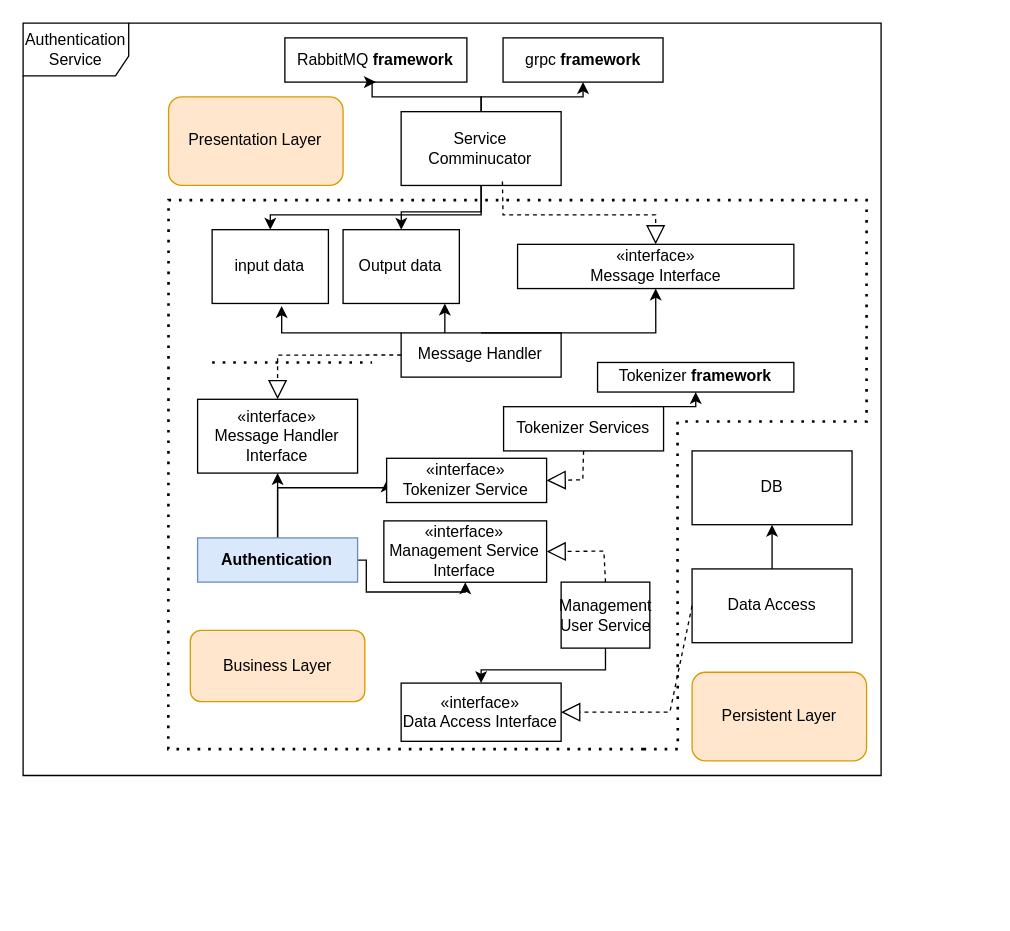
The draw.io diagram Project/diagram/Authentication-microservice/Authentication-Module View-Diragram.drawio in nima7997/application-architecture, before the edit. Source tidied: cells renumbered, new cells numbered last; positions are measured from the earlier drawing's top-left corner, leaving out a move shared by most shapes. Both pictures are drawn from the tidied source at 132%, with x=0, y=0 at pixel (22, 22).
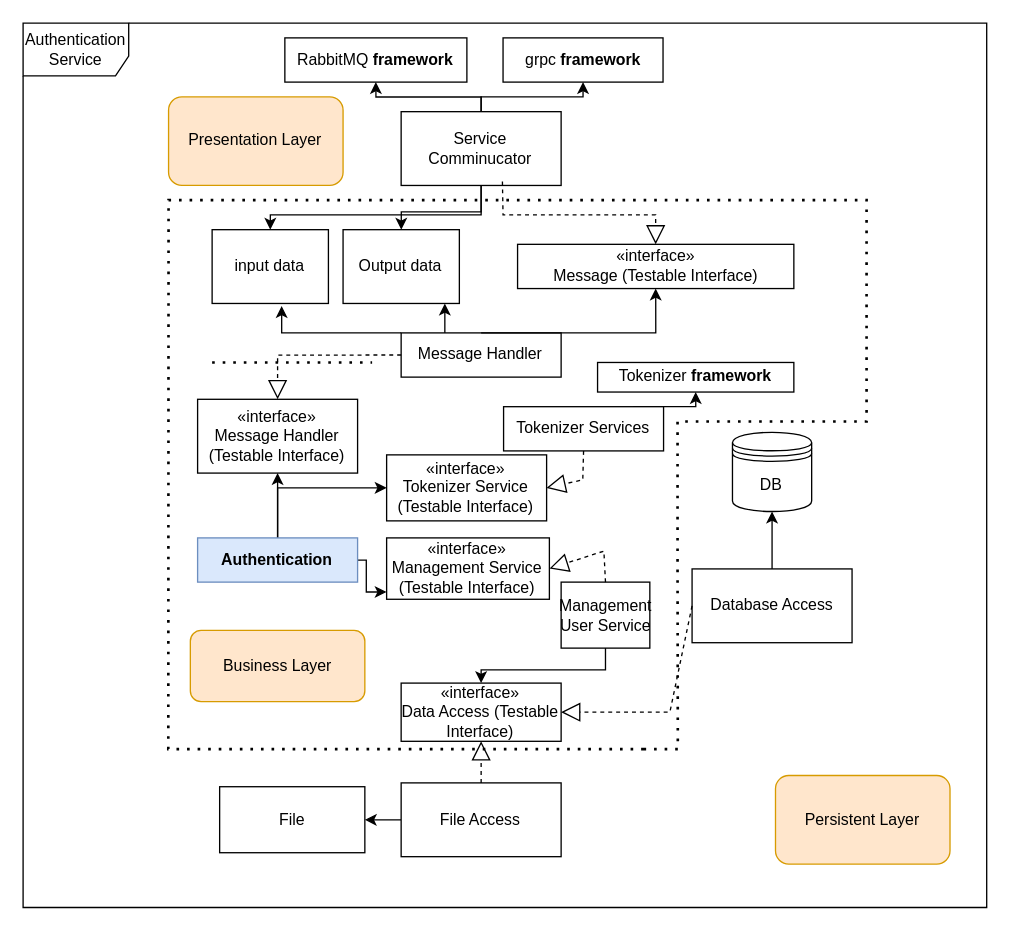
Above is the later version.

Unchanged cells that the change refers to:
```xml
<mxCell id="4" value="RabbitMQ &lt;b&gt;framework&lt;/b&gt;" style="html=1;whiteSpace=wrap;" parent="2" vertex="1">
  <mxGeometry x="198.3" y="11.2" width="137.9" height="33.5" as="geometry" />
</mxCell>
<mxCell id="33" value="Service Comminucator" style="html=1;whiteSpace=wrap;" parent="2" vertex="1">
  <mxGeometry x="286.4" y="67.1" width="121.2" height="55.9" as="geometry" />
</mxCell>
```

What changed in the source:
```diff
@@
     <mxCell id="2" style="group;" parent="1" vertex="1">
-      <mxGeometry width="650" height="570" as="geometry" />
+      <mxGeometry width="730" height="670" as="geometry" />
     </mxCell>
     <mxCell id="3" value="Authentication Service" style="shape=umlFrame;whiteSpace=wrap;html=1;width=80;height=40;" parent="2" vertex="1">
-      <mxGeometry width="650" height="570" as="geometry" />
+      <mxGeometry width="730" height="670" as="geometry" />
     </mxCell>
@@
-    <mxCell id="8" value="«interface»&lt;br&gt;Message Handler Interface" style="html=1;whiteSpace=wrap;" parent="2" vertex="1">
+    <mxCell id="8" value="«interface»&lt;br&gt;Message Handler (Testable Interface)" style="html=1;whiteSpace=wrap;" parent="2" vertex="1">
       <mxGeometry x="132.2" y="285" width="121.2" height="55.9" as="geometry" />
     </mxCell>
@@
-    <mxCell id="14" style="edgeStyle=orthogonalEdgeStyle;rounded=0;jettySize=auto;html=1;" parent="2" edge="1" source="15" target="18">
+    <mxCell id="14" style="edgeStyle=orthogonalEdgeStyle;rounded=0;jettySize=auto;html=1;entryX=0.5;entryY=1;entryDx=0;entryDy=0;" parent="2" edge="1" source="15" target="18">
       <mxGeometry relative="1" as="geometry" />
     </mxCell>
-    <mxCell id="15" value="Data Access" style="html=1;whiteSpace=wrap;" parent="2" vertex="1">
+    <mxCell id="15" value="Database Access" style="html=1;whiteSpace=wrap;" parent="2" vertex="1">
       <mxGeometry x="506.8" y="413.5" width="121.2" height="55.9" as="geometry" />
     </mxCell>
-    <mxCell id="16" value="«interface»&lt;br&gt;Data Access Interface" style="html=1;whiteSpace=wrap;" parent="2" vertex="1">
+    <mxCell id="16" value="«interface»&lt;br&gt;Data Access (Testable Interface)" style="html=1;whiteSpace=wrap;" parent="2" vertex="1">
       <mxGeometry x="286.4" y="500" width="121.2" height="44.1" as="geometry" />
     </mxCell>
@@
-    <mxCell id="18" value="DB" style="html=1;whiteSpace=wrap;" parent="2" vertex="1">
-      <mxGeometry x="506.8" y="324.1" width="121.2" height="55.9" as="geometry" />
-    </mxCell>
-    <mxCell id="19" value="«interface»&lt;br&gt;Message Interface" style="html=1;whiteSpace=wrap;" parent="2" vertex="1">
+    <mxCell id="19" value="«interface»&lt;br&gt;Message (Testable Interface)" style="html=1;whiteSpace=wrap;" parent="2" vertex="1">
       <mxGeometry x="374.6" y="167.6" width="209.3" height="33.5" as="geometry" />
     </mxCell>
@@
     <mxCell id="22" value="Persistent Layer" style="rounded=1;whiteSpace=wrap;html=1;fillColor=#ffe6cc;strokeColor=#d79b00;" parent="2" vertex="1">
-      <mxGeometry x="506.8" y="491.8" width="132.2" height="67.1" as="geometry" />
+      <mxGeometry x="570" y="570" width="132.2" height="67.1" as="geometry" />
     </mxCell>
@@
     <mxCell id="30" style="edgeStyle=orthogonalEdgeStyle;rounded=0;jettySize=auto;html=1;entryX=0.5;entryY=1;entryDx=0;entryDy=0;" parent="2" edge="1" source="33" target="4">
       <mxGeometry relative="1" as="geometry">
         <Array as="points">
-          <mxPoint x="347" y="55.9" />
-          <mxPoint x="264.4" y="55.9" />
+          <mxPoint x="347" y="56" />
+          <mxPoint x="267" y="56" />
         </Array>
       </mxGeometry>
     </mxCell>
@@
-    <mxCell id="38" value="«interface»&lt;br&gt;Tokenizer Service" style="html=1;whiteSpace=wrap;" parent="2" vertex="1">
-      <mxGeometry x="275.4" y="329.7" width="121.2" height="33.5" as="geometry" />
+    <mxCell id="38" value="«interface»&lt;br&gt;Tokenizer Service (Testable Interface)" style="html=1;whiteSpace=wrap;" parent="2" vertex="1">
+      <mxGeometry x="275.4" y="327.1" width="121.2" height="50" as="geometry" />
     </mxCell>
@@
-    <mxCell id="40" value="«interface»&lt;br&gt;Management Service Interface" style="html=1;whiteSpace=wrap;" parent="2" vertex="1">
-      <mxGeometry x="273.3" y="377.1" width="123.3" height="46.5" as="geometry" />
+    <mxCell id="40" value="«interface»&lt;br&gt;Management Service (Testable Interface)" style="html=1;whiteSpace=wrap;" parent="2" vertex="1">
+      <mxGeometry x="275.4" y="390" width="123.3" height="46.5" as="geometry" />
     </mxCell>
@@
+    <mxCell id="18" value="DB" style="shape=datastore;whiteSpace=wrap;html=1;" parent="2" vertex="1">
+      <mxGeometry x="537.4" y="310" width="60" height="60" as="geometry" />
+    </mxCell>
+    <mxCell id="44" style="edgeStyle=orthogonalEdgeStyle;rounded=0;jettySize=auto;html=1;" parent="2" edge="1" source="45" target="47">
+      <mxGeometry relative="1" as="geometry" />
+    </mxCell>
+    <mxCell id="45" value="File Access" style="html=1;whiteSpace=wrap;" parent="2" vertex="1">
+      <mxGeometry x="286.4" y="575.6" width="121.2" height="55.9" as="geometry" />
+    </mxCell>
+    <mxCell id="46" style="endArrow=block;dashed=1;endFill=0;endSize=12;html=1;rounded=0;exitX=0.5;exitY=0;exitDx=0;exitDy=0;entryX=0.5;entryY=1;entryDx=0;entryDy=0;" parent="2" edge="1" source="45" target="16">
+      <mxGeometry relative="1" as="geometry" />
+    </mxCell>
+    <mxCell id="47" value="File" style="html=1;whiteSpace=wrap;" parent="2" vertex="1">
+      <mxGeometry x="148.9" y="578.5" width="110" height="50" as="geometry" />
+    </mxCell>
```
